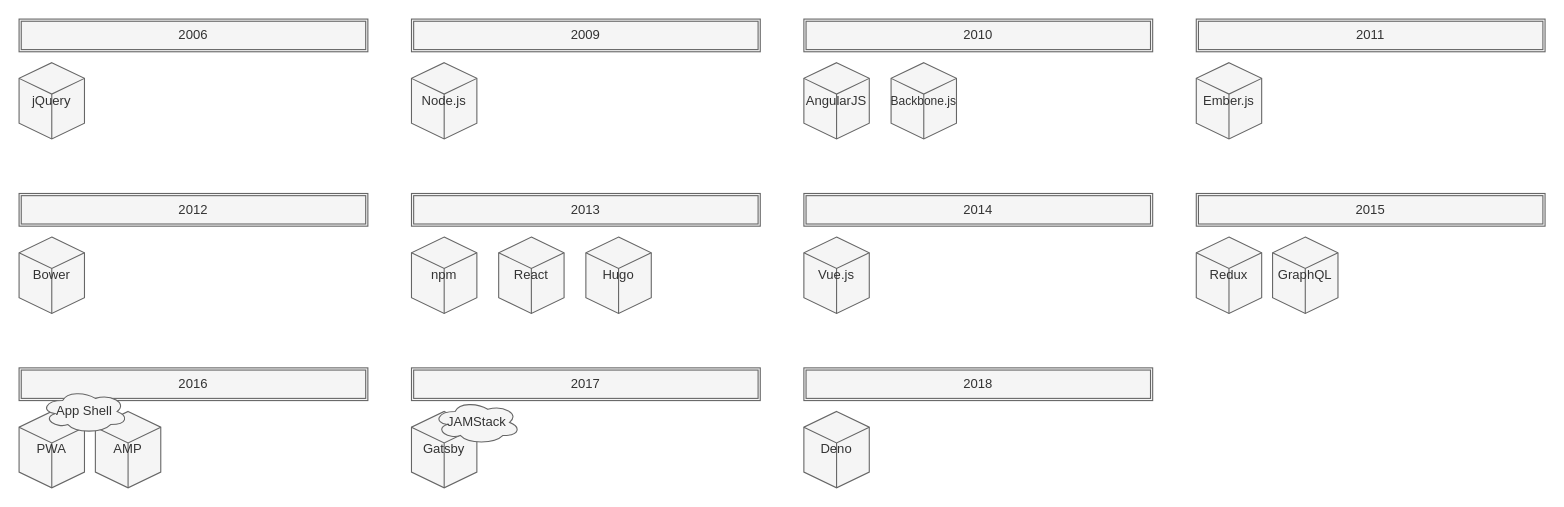
Before: assets/images/drawio/02_history_of_frontend_software.drawio in silverbirder/Introduction_to_Micro_Frontends, a draw.io diagram. Source tidied: cells renumbered, new cells numbered last; positions are measured from the earlier drawing's top-left corner, leaving out a move shared by most shapes. Both pictures are drawn from the tidied source at 109%, with x=0, y=0 at pixel (19, 19).
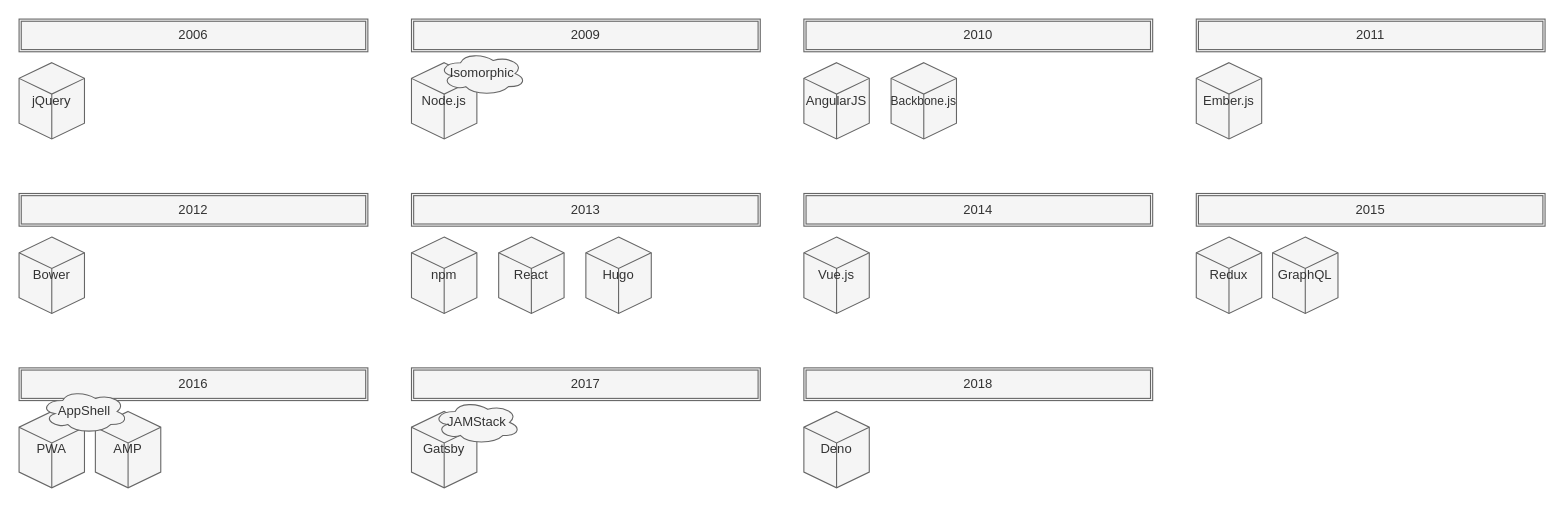
The same page after the edit.

Change to the diagram source:
```diff
@@
-    <mxCell id="23" value="App Shell" style="ellipse;shape=cloud;whiteSpace=wrap;html=1;shadow=0;sketch=0;fillColor=#f5f5f5;align=center;strokeColor=#666666;fontColor=#333333;" parent="1" vertex="1">
+    <mxCell id="23" value="AppShell" style="ellipse;shape=cloud;whiteSpace=wrap;html=1;shadow=0;sketch=0;fillColor=#f5f5f5;align=center;strokeColor=#666666;fontColor=#333333;" parent="1" vertex="1">
       <mxGeometry x="20" y="340" width="80" height="40" as="geometry" />
     </mxCell>
@@
+    <mxCell id="31" value="Isomorphic" style="ellipse;shape=cloud;whiteSpace=wrap;html=1;shadow=0;sketch=0;fillColor=#f5f5f5;align=center;strokeColor=#666666;fontColor=#333333;" parent="1" vertex="1">
+      <mxGeometry x="385" y="30" width="80" height="40" as="geometry" />
+    </mxCell>
```
